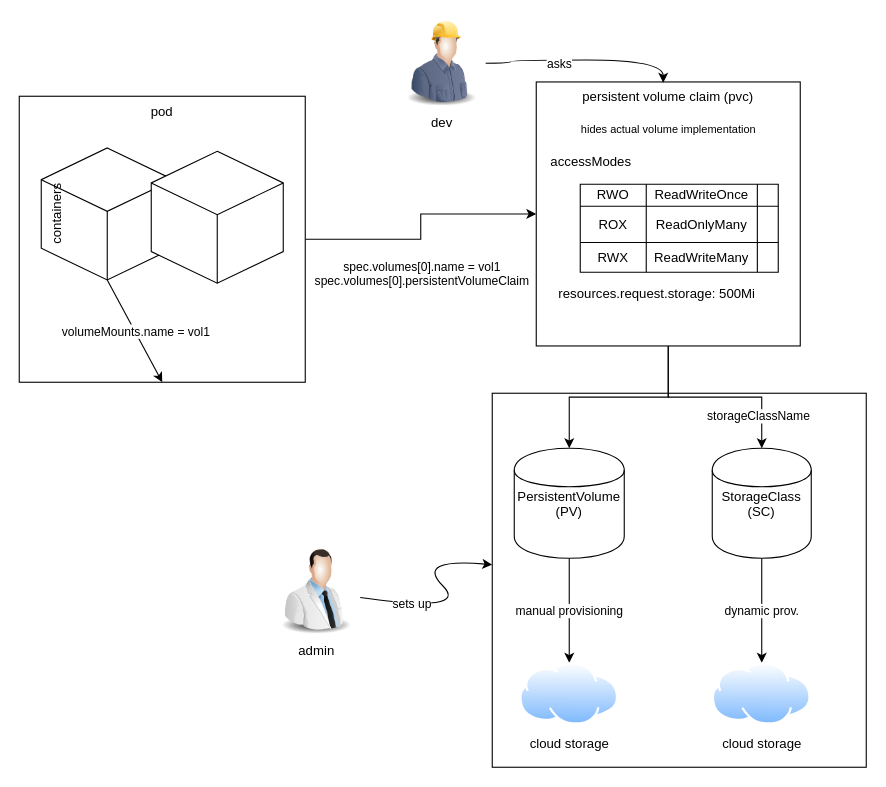
The draw.io diagram Untitled Diagram.drawio in jozsefDevs/jozsefDevs, before the edit. Source tidied: cells renumbered, new cells numbered last; positions are measured from the earlier drawing's top-left corner, leaving out a move shared by most shapes. Both pictures are drawn from the tidied source at 110%, with x=0, y=0 at pixel (19, 19).
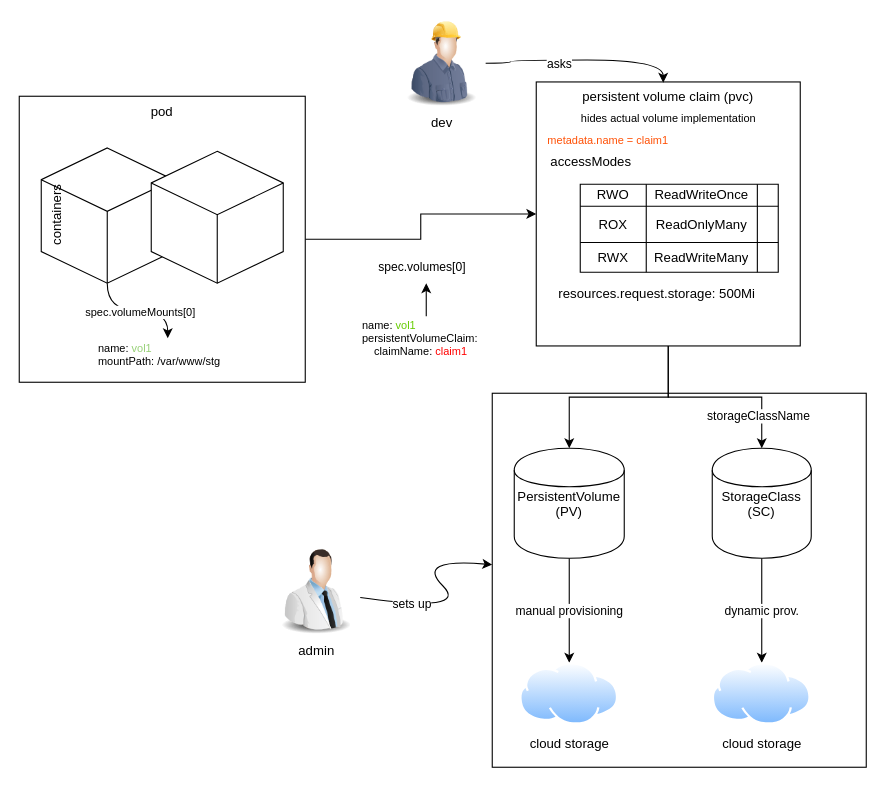
The same diagram, later.

Commit message:
Kubernetes PV/PVC/SC relation

The change refers to these unchanged cells:
```xml
<mxCell id="3" style="edgeStyle=orthogonalEdgeStyle;rounded=0;jettySize=auto;html=1;" parent="1" edge="1" source="5" target="11">
  <mxGeometry relative="1" as="geometry" />
</mxCell>
<mxCell id="5" value="pod" style="whiteSpace=wrap;html=1;verticalAlign=top;" parent="1" vertex="1">
  <mxGeometry y="70" width="260" height="260" as="geometry" />
</mxCell>
```

The edit, as a diff of the source:
```diff
@@
-    <mxCell id="4" value="&lt;br&gt;spec.volumes[0].name = vol1&lt;br&gt;spec.volumes[0].persistentVolumeClaim" style="edgeLabel;html=1;align=center;verticalAlign=top;" parent="3" vertex="1">
+    <mxCell id="4" value="&lt;br&gt;spec.volumes[0]" style="edgeLabel;html=1;align=center;verticalAlign=top;" parent="3" vertex="1">
       <mxGeometry x="-0.08" y="-1" relative="1" as="geometry">
         <mxPoint x="-1" y="1" as="offset" />
       </mxGeometry>
     </mxCell>
@@
+    <mxCell id="42" style="edgeStyle=orthogonalEdgeStyle;curved=1;rounded=0;jettySize=auto;html=1;exitX=0.5;exitY=1;exitDx=0;exitDy=0;exitPerimeter=0;fontSize=10;fontColor=#FF5005;" parent="1" edge="1" source="6" target="46">
+      <mxGeometry relative="1" as="geometry" />
+    </mxCell>
+    <mxCell id="43" value="&lt;font color=&quot;#000000&quot;&gt;spec.volumeMounts[0]&lt;br&gt;&lt;/font&gt;" style="edgeLabel;html=1;align=center;verticalAlign=middle;fontSize=10;fontColor=#FF5005;" parent="42" vertex="1">
+      <mxGeometry x="0.02" relative="1" as="geometry" />
+    </mxCell>
     <mxCell id="6" value="containers" style="whiteSpace=wrap;html=1;shape=mxgraph.basic.isocube;isoAngle=15;verticalAlign=top;horizontal=0;" parent="1" vertex="1">
-      <mxGeometry x="20" y="117" width="120" height="120" as="geometry" />
+      <mxGeometry x="20" y="117" width="120" height="123" as="geometry" />
     </mxCell>
@@
-    <mxCell id="36" style="endArrow=classic;html=1;exitX=0.5;exitY=1;exitDx=0;exitDy=0;exitPerimeter=0;entryX=0.5;entryY=1;entryDx=0;entryDy=0;" parent="1" edge="1" source="6" target="5">
-      <mxGeometry relative="1" as="geometry" />
-    </mxCell>
-    <mxCell id="37" value="volumeMounts.name = vol1" style="edgeLabel;html=1;align=center;verticalAlign=middle;" parent="36" vertex="1">
-      <mxGeometry relative="1" as="geometry" />
-    </mxCell>
@@
     <mxCell id="41" value="hides actual volume implementation" style="text;html=1;align=center;verticalAlign=middle;fontSize=10;" parent="1" vertex="1">
-      <mxGeometry x="505" y="90" width="170" height="20" as="geometry" />
+      <mxGeometry x="505" y="80" width="170" height="20" as="geometry" />
     </mxCell>
+    <mxCell id="44" style="edgeStyle=orthogonalEdgeStyle;curved=1;rounded=0;jettySize=auto;html=1;fontSize=10;" parent="1" edge="1" source="45">
+      <mxGeometry relative="1" as="geometry">
+        <mxPoint x="370" y="240" as="targetPoint" />
+      </mxGeometry>
+    </mxCell>
+    <mxCell id="45" value="name: &lt;font color=&quot;#66cc00&quot;&gt;vol1&lt;/font&gt;&lt;br&gt;persistentVolumeClaim:&lt;br&gt;&amp;nbsp; &amp;nbsp; claimName: &lt;font color=&quot;#ff0000&quot;&gt;claim1&lt;/font&gt;" style="text;html=1;align=left;verticalAlign=middle;points=[];fontSize=10;" parent="1" vertex="1">
+      <mxGeometry x="310" y="270" width="120" height="40" as="geometry" />
+    </mxCell>
+    <mxCell id="46" value="name: &lt;font color=&quot;#97d077&quot;&gt;vol1&lt;/font&gt;&lt;br&gt;&lt;div&gt;&lt;span&gt;mountPath: /var/www/stg&lt;/span&gt;&lt;/div&gt;" style="text;html=1;align=left;verticalAlign=middle;points=[];fontSize=10;" parent="1" vertex="1">
+      <mxGeometry x="70" y="290" width="130" height="30" as="geometry" />
+    </mxCell>
+    <mxCell id="47" value="metadata.name = claim1" style="text;html=1;align=center;verticalAlign=middle;fontSize=10;fontColor=#FF5005;" parent="1" vertex="1">
+      <mxGeometry x="470" y="100" width="130" height="20" as="geometry" />
+    </mxCell>
```
